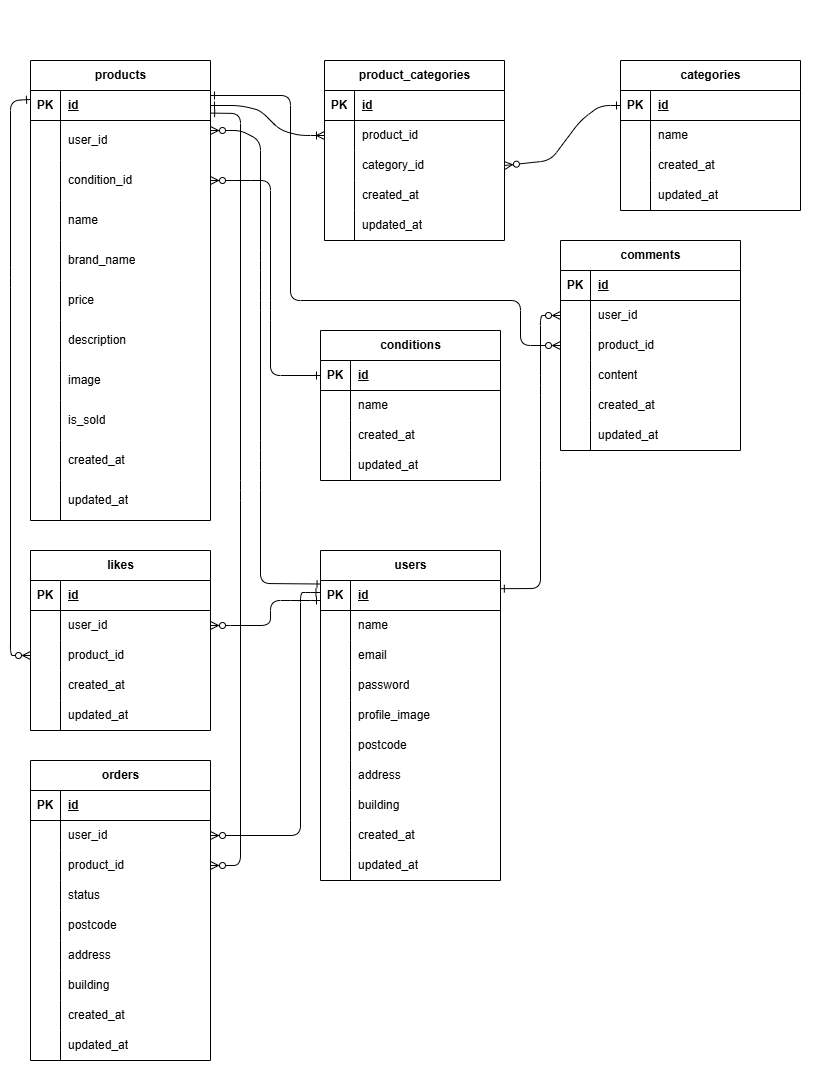
Above: erd.png in como-natsu/coachtech-furima (draw.io), before the change. Source tidied: cells renumbered, new cells last; positions are measured from the earlier drawing's top-left corner, leaving out a move shared by most shapes.
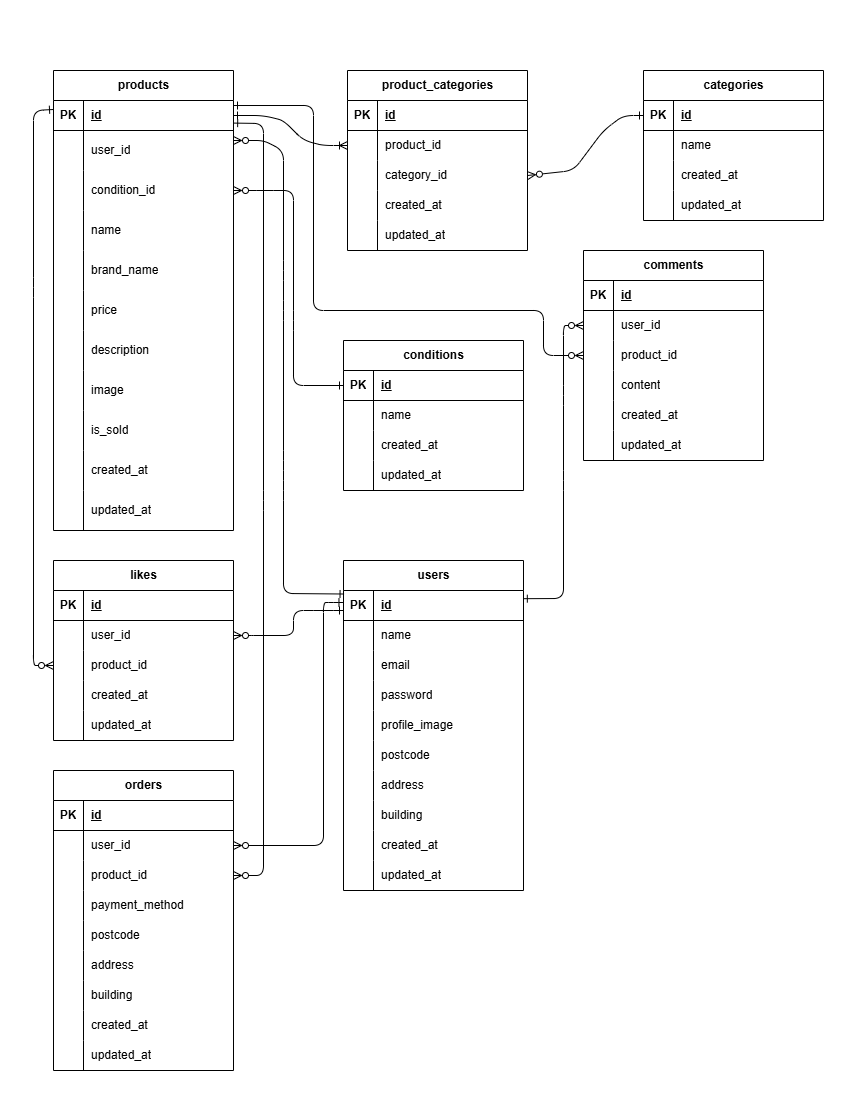
Above is the later version.

The edit, as a diff of the source:
```diff
@@ -3,7 +3,7 @@
     <mxCell id="0" />
     <mxCell id="1" parent="0" />
     <mxCell id="2" style="rounded=0;whiteSpace=wrap;html=1;fillColor=none;strokeColor=none;" parent="1" vertex="1">
-      <mxGeometry width="820" height="1080" as="geometry" />
+      <mxGeometry x="-23" y="-10" width="850" height="1120" as="geometry" />
     </mxCell>
     <mxCell id="3" value="products" style="shape=table;startSize=30;rowLines=0;fontStyle=1;align=center;html=1;labelBackgroundColor=none;gradientColor=none;" parent="1" vertex="1">
       <mxGeometry x="30" y="60" width="180" height="460" as="geometry" />
@@ -374,9 +374,9 @@
     <mxCell id="125" style="shape=partialRectangle;fillColor=none;top=0;left=0;bottom=0;right=0;overflow=hidden;whiteSpace=wrap;html=1;" parent="124" vertex="1">
       <mxGeometry width="30" height="30" as="geometry" />
     </mxCell>
-    <mxCell id="126" value="status" style="shape=partialRectangle;fillColor=none;top=0;left=0;bottom=0;right=0;align=left;spacingLeft=6;overflow=hidden;whiteSpace=wrap;html=1;" parent="124" vertex="1">
-      <mxGeometry x="30" width="150" height="30" as="geometry" />
-    </mxCell>
+    <mxCell id="183" value="payment_method" style="shape=partialRectangle;fillColor=none;top=0;left=0;bottom=0;right=0;align=left;spacingLeft=6;overflow=hidden;whiteSpace=wrap;html=1;" parent="124" vertex="1">
+      <mxGeometry x="30" width="150" height="30" as="geometry" />
+    </mxCell>
     <mxCell id="127" style="shape=tableRow;horizontal=0;startSize=0;swimlaneHead=0;swimlaneBody=0;fillColor=none;top=0;left=0;right=0;bottom=0;" parent="114" vertex="1">
       <mxGeometry y="150" width="180" height="30" as="geometry" />
     </mxCell>
```
